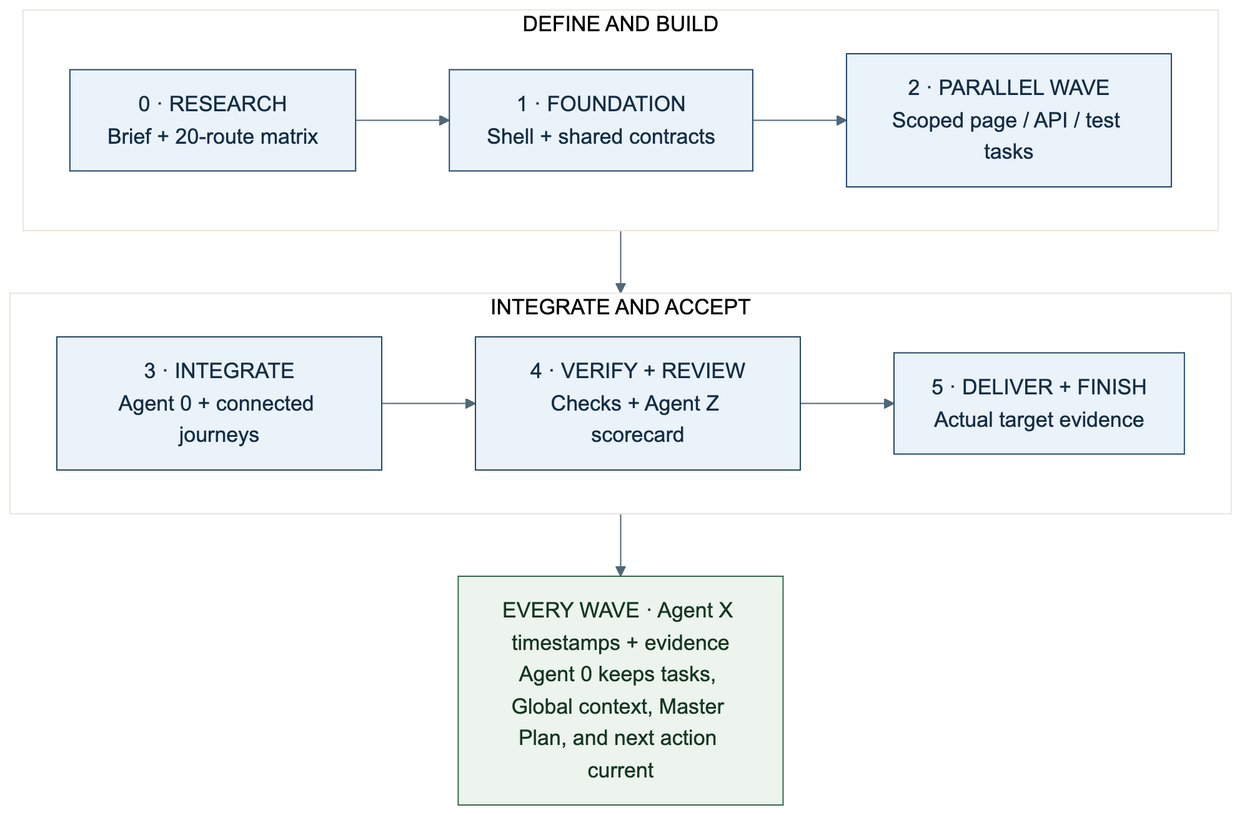
Earlier version of the Mermaid export docs/assets/systemx-project-waves.png (WayneTechLab/dotSYSTEMX). Its source is kept beside it as docs/assets/systemx-project-waves.mmd.
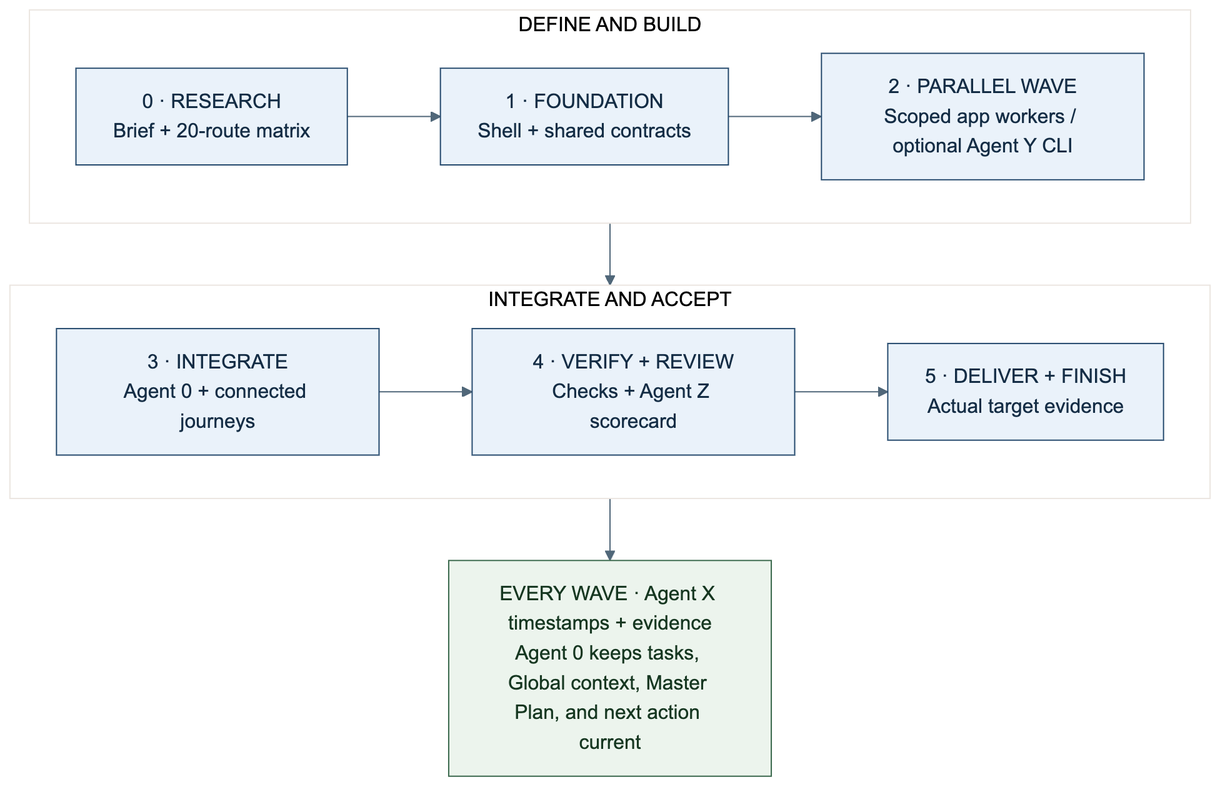
Later version of the same file.

The edit, as a diff of the source:
```diff
@@ -2,7 +2,7 @@
   subgraph Prepare["DEFINE AND BUILD"]
     direction LR
     R["0 · RESEARCH<br/>Brief + 20-route matrix"] --> F["1 · FOUNDATION<br/>Shell + shared contracts"]
-    F --> P["2 · PARALLEL WAVE<br/>Scoped page / API / test tasks"]
+    F --> P["2 · PARALLEL WAVE<br/>Scoped app workers / optional Agent Y CLI"]
   end
   subgraph Complete["INTEGRATE AND ACCEPT"]
     direction LR
```
